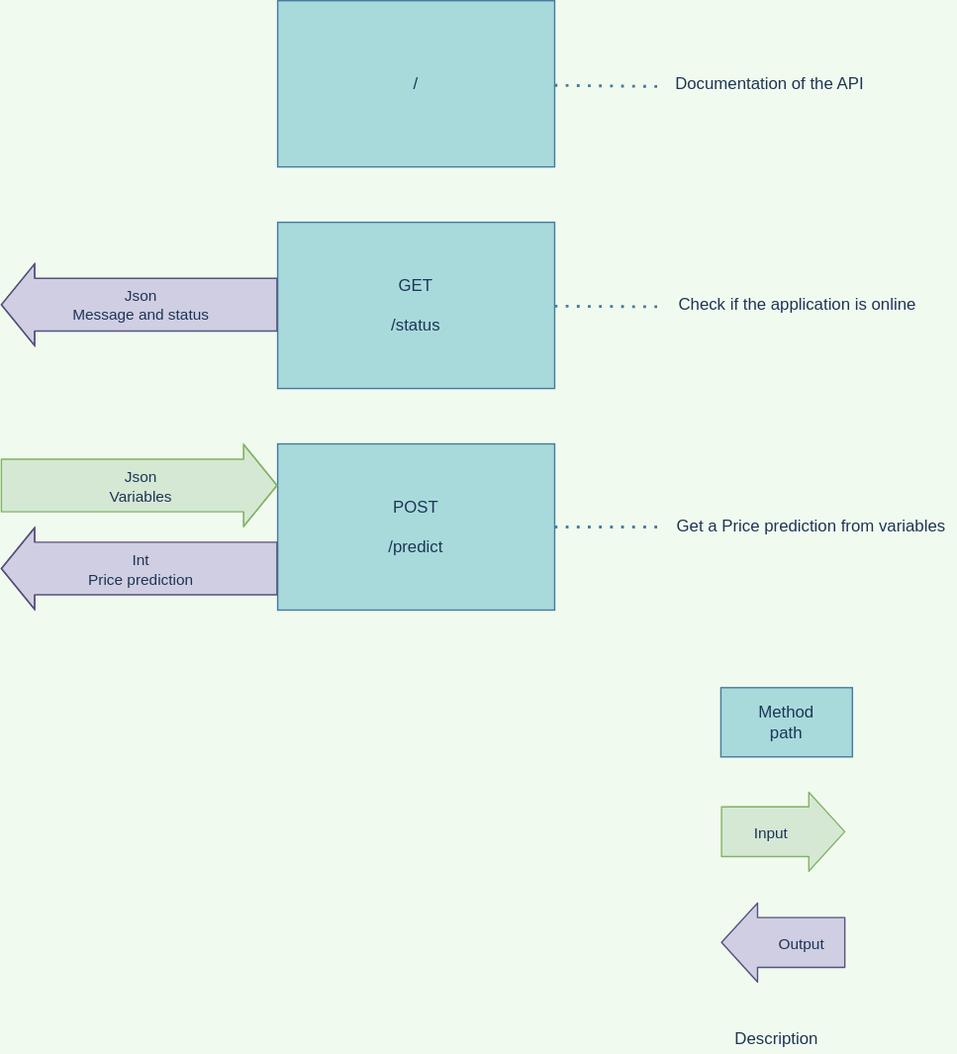
Before: Schemas/API_Diagram.svg, a diagram exported from draw.io (Demesmaeker/ImmoEliza). Source tidied: cells renumbered, new cells last; positions are measured from the earlier drawing's top-left corner, leaving out a move shared by most shapes. The source it was exported from:
```xml
<mxGraphModel background="#F1FAEE">
  <root>
    <mxCell id="0" />
    <mxCell id="1" parent="0" />
    <mxCell id="2" value="POST&lt;br&gt;&lt;br&gt;/predict" style="whiteSpace=wrap;html=1;fillColor=#A8DADC;strokeColor=#457B9D;fontColor=#1D3557;" parent="1" vertex="1">
      <mxGeometry x="200" y="320" width="200" height="120" as="geometry" />
    </mxCell>
    <mxCell id="3" value="Documentation of the API" style="text;html=1;align=center;verticalAlign=middle;fontColor=#1D3557;" parent="1" vertex="1">
      <mxGeometry x="480" y="50" width="150" height="20" as="geometry" />
    </mxCell>
    <mxCell id="4" value="Check if the application is online" style="text;html=1;align=center;verticalAlign=middle;fontColor=#1D3557;" parent="1" vertex="1">
      <mxGeometry x="480" y="210" width="190" height="20" as="geometry" />
    </mxCell>
    <mxCell id="5" style="endArrow=none;dashed=1;html=1;dashPattern=1 3;strokeWidth=2;exitX=1;exitY=0.5;exitDx=0;exitDy=0;labelBackgroundColor=#F1FAEE;strokeColor=#457B9D;fontColor=#1D3557;" parent="1" edge="1" source="2">
      <mxGeometry relative="1" as="geometry">
        <mxPoint x="480" y="380" as="targetPoint" />
      </mxGeometry>
    </mxCell>
    <mxCell id="6" style="shape=flexArrow;endArrow=classic;html=1;entryX=0;entryY=0.25;entryDx=0;entryDy=0;width=38;endSize=7.67;labelBackgroundColor=#F1FAEE;strokeColor=#82b366;fontColor=#1D3557;fillColor=#d5e8d4;" parent="1" edge="1" target="2">
      <mxGeometry relative="1" as="geometry">
        <mxPoint y="350" as="sourcePoint" />
        <Array as="points">
          <mxPoint x="100" y="350" />
        </Array>
      </mxGeometry>
    </mxCell>
    <mxCell id="7" value="Json&lt;br&gt;Variables" style="edgeLabel;html=1;align=center;verticalAlign=middle;labelBackgroundColor=none;fontColor=#1D3557;" parent="6" vertex="1">
      <mxGeometry x="-0.08" relative="1" as="geometry">
        <mxPoint x="8" as="offset" />
      </mxGeometry>
    </mxCell>
    <mxCell id="8" style="shape=flexArrow;endArrow=classic;html=1;width=38;endSize=7.67;exitX=0;exitY=0.75;exitDx=0;exitDy=0;labelBackgroundColor=#F1FAEE;strokeColor=#56517e;fontColor=#1D3557;fillColor=#d0cee2;" parent="1" edge="1" source="2">
      <mxGeometry relative="1" as="geometry">
        <mxPoint y="410" as="targetPoint" />
        <Array as="points">
          <mxPoint x="100" y="410" />
        </Array>
      </mxGeometry>
    </mxCell>
    <mxCell id="9" value="Int&lt;br&gt;Price prediction" style="edgeLabel;html=1;align=center;verticalAlign=middle;labelBackgroundColor=none;fontColor=#1D3557;" parent="8" vertex="1">
      <mxGeometry x="0.33" relative="1" as="geometry">
        <mxPoint x="33" as="offset" />
      </mxGeometry>
    </mxCell>
    <mxCell id="10" value="GET&lt;br&gt;&lt;br&gt;/status" style="whiteSpace=wrap;html=1;fillColor=#A8DADC;strokeColor=#457B9D;fontColor=#1D3557;" parent="1" vertex="1">
      <mxGeometry x="200" y="160" width="200" height="120" as="geometry" />
    </mxCell>
    <mxCell id="11" value="/" style="whiteSpace=wrap;html=1;fillColor=#A8DADC;strokeColor=#457B9D;fontColor=#1D3557;" parent="1" vertex="1">
      <mxGeometry x="200" width="200" height="120" as="geometry" />
    </mxCell>
    <mxCell id="12" style="endArrow=none;dashed=1;html=1;dashPattern=1 3;strokeWidth=2;labelBackgroundColor=#F1FAEE;strokeColor=#457B9D;fontColor=#1D3557;" parent="1" edge="1" source="10">
      <mxGeometry relative="1" as="geometry">
        <mxPoint x="480" y="221" as="targetPoint" />
      </mxGeometry>
    </mxCell>
    <mxCell id="13" style="endArrow=none;dashed=1;html=1;dashPattern=1 3;strokeWidth=2;labelBackgroundColor=#F1FAEE;strokeColor=#457B9D;fontColor=#1D3557;" parent="1" edge="1" source="11">
      <mxGeometry relative="1" as="geometry">
        <mxPoint x="480" y="62" as="targetPoint" />
      </mxGeometry>
    </mxCell>
    <mxCell id="14" value="Get a Price prediction from variables" style="text;html=1;align=center;verticalAlign=middle;fontColor=#1D3557;" parent="1" vertex="1">
      <mxGeometry x="480" y="370" width="210" height="20" as="geometry" />
    </mxCell>
    <mxCell id="15" style="shape=flexArrow;endArrow=classic;html=1;width=38;endSize=7.67;exitX=0;exitY=0.75;exitDx=0;exitDy=0;labelBackgroundColor=#F1FAEE;strokeColor=#56517e;fontColor=#1D3557;fillColor=#d0cee2;" parent="1" edge="1">
      <mxGeometry relative="1" as="geometry">
        <mxPoint x="200" y="219.5" as="sourcePoint" />
        <mxPoint y="219.5" as="targetPoint" />
        <Array as="points">
          <mxPoint x="100" y="219.5" />
        </Array>
      </mxGeometry>
    </mxCell>
    <mxCell id="16" value="Json&lt;br&gt;Message and status" style="edgeLabel;html=1;align=center;verticalAlign=middle;labelBackgroundColor=none;fontColor=#1D3557;" parent="15" vertex="1">
      <mxGeometry x="0.33" relative="1" as="geometry">
        <mxPoint x="33" as="offset" />
      </mxGeometry>
    </mxCell>
    <mxCell id="17" value="Method&lt;br&gt;path" style="whiteSpace=wrap;html=1;fillColor=#A8DADC;strokeColor=#457B9D;fontColor=#1D3557;" parent="1" vertex="1">
      <mxGeometry x="520" y="496" width="95" height="50" as="geometry" />
    </mxCell>
    <mxCell id="18" style="shape=flexArrow;endArrow=classic;html=1;width=36;endSize=8.33;labelBackgroundColor=#F1FAEE;strokeColor=#82b366;fontColor=#1D3557;fillColor=#d5e8d4;" parent="1" edge="1">
      <mxGeometry relative="1" as="geometry">
        <mxPoint x="520" y="600" as="sourcePoint" />
        <mxPoint x="610" y="600" as="targetPoint" />
      </mxGeometry>
    </mxCell>
    <mxCell id="19" value="Input" style="edgeLabel;html=1;align=center;verticalAlign=middle;labelBackgroundColor=none;fontColor=#1D3557;" parent="18" vertex="1">
      <mxGeometry x="-0.56" y="5" relative="1" as="geometry">
        <mxPoint x="15" y="5" as="offset" />
      </mxGeometry>
    </mxCell>
    <mxCell id="20" style="shape=flexArrow;endArrow=classic;html=1;width=36;endSize=8.33;labelBackgroundColor=#F1FAEE;strokeColor=#56517e;fontColor=#1D3557;fillColor=#d0cee2;" parent="1" edge="1">
      <mxGeometry relative="1" as="geometry">
        <mxPoint x="610" y="680" as="sourcePoint" />
        <mxPoint x="520" y="680" as="targetPoint" />
      </mxGeometry>
    </mxCell>
    <mxCell id="21" value="Output" style="edgeLabel;html=1;align=center;verticalAlign=middle;labelBackgroundColor=none;fontColor=#1D3557;" parent="20" vertex="1">
      <mxGeometry x="-0.42" y="4" relative="1" as="geometry">
        <mxPoint x="-7" y="-4" as="offset" />
      </mxGeometry>
    </mxCell>
    <mxCell id="22" value="Description" style="text;html=1;align=center;verticalAlign=middle;fontColor=#1D3557;" parent="1" vertex="1">
      <mxGeometry x="520" y="740" width="80" height="20" as="geometry" />
    </mxCell>
  </root>
</mxGraphModel>
```
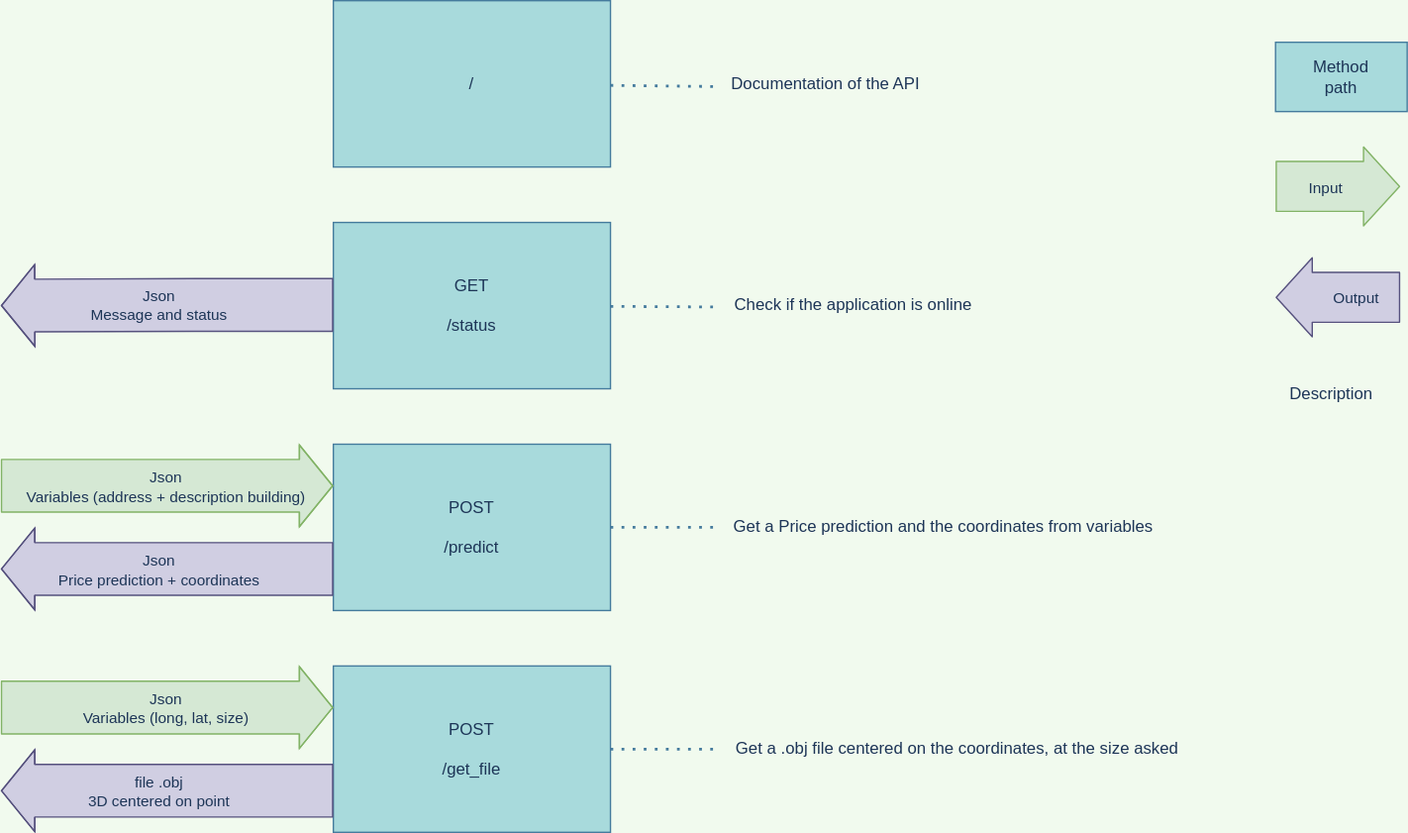
The same diagram one commit later.

What changed in the source:
```diff
@@ -18,26 +18,26 @@
     </mxCell>
     <mxCell id="6" style="shape=flexArrow;endArrow=classic;html=1;entryX=0;entryY=0.25;entryDx=0;entryDy=0;width=38;endSize=7.67;labelBackgroundColor=#F1FAEE;strokeColor=#82b366;fontColor=#1D3557;fillColor=#d5e8d4;" parent="1" edge="1" target="2">
       <mxGeometry relative="1" as="geometry">
-        <mxPoint y="350" as="sourcePoint" />
+        <mxPoint x="-40" y="350" as="sourcePoint" />
         <Array as="points">
           <mxPoint x="100" y="350" />
         </Array>
       </mxGeometry>
     </mxCell>
-    <mxCell id="7" value="Json&lt;br&gt;Variables" style="edgeLabel;html=1;align=center;verticalAlign=middle;labelBackgroundColor=none;fontColor=#1D3557;" parent="6" vertex="1">
+    <mxCell id="7" value="Json&lt;br&gt;Variables (address + description building)" style="edgeLabel;html=1;align=center;verticalAlign=middle;labelBackgroundColor=none;fontColor=#1D3557;" parent="6" vertex="1">
       <mxGeometry x="-0.08" relative="1" as="geometry">
         <mxPoint x="8" as="offset" />
       </mxGeometry>
     </mxCell>
     <mxCell id="8" style="shape=flexArrow;endArrow=classic;html=1;width=38;endSize=7.67;exitX=0;exitY=0.75;exitDx=0;exitDy=0;labelBackgroundColor=#F1FAEE;strokeColor=#56517e;fontColor=#1D3557;fillColor=#d0cee2;" parent="1" edge="1" source="2">
       <mxGeometry relative="1" as="geometry">
-        <mxPoint y="410" as="targetPoint" />
+        <mxPoint x="-40" y="410" as="targetPoint" />
         <Array as="points">
           <mxPoint x="100" y="410" />
         </Array>
       </mxGeometry>
     </mxCell>
-    <mxCell id="9" value="Int&lt;br&gt;Price prediction" style="edgeLabel;html=1;align=center;verticalAlign=middle;labelBackgroundColor=none;fontColor=#1D3557;" parent="8" vertex="1">
+    <mxCell id="9" value="Json&lt;br&gt;Price prediction + coordinates" style="edgeLabel;html=1;align=center;verticalAlign=middle;labelBackgroundColor=none;fontColor=#1D3557;" parent="8" vertex="1">
       <mxGeometry x="0.33" relative="1" as="geometry">
         <mxPoint x="33" as="offset" />
       </mxGeometry>
@@ -58,13 +58,13 @@
         <mxPoint x="480" y="62" as="targetPoint" />
       </mxGeometry>
     </mxCell>
-    <mxCell id="14" value="Get a Price prediction from variables" style="text;html=1;align=center;verticalAlign=middle;fontColor=#1D3557;" parent="1" vertex="1">
-      <mxGeometry x="480" y="370" width="210" height="20" as="geometry" />
+    <mxCell id="14" value="Get a Price prediction and the coordinates from variables" style="text;html=1;align=center;verticalAlign=middle;fontColor=#1D3557;" parent="1" vertex="1">
+      <mxGeometry x="480" y="370" width="320" height="20" as="geometry" />
     </mxCell>
     <mxCell id="15" style="shape=flexArrow;endArrow=classic;html=1;width=38;endSize=7.67;exitX=0;exitY=0.75;exitDx=0;exitDy=0;labelBackgroundColor=#F1FAEE;strokeColor=#56517e;fontColor=#1D3557;fillColor=#d0cee2;" parent="1" edge="1">
       <mxGeometry relative="1" as="geometry">
         <mxPoint x="200" y="219.5" as="sourcePoint" />
-        <mxPoint y="219.5" as="targetPoint" />
+        <mxPoint x="-40" y="220" as="targetPoint" />
         <Array as="points">
           <mxPoint x="100" y="219.5" />
         </Array>
@@ -76,12 +76,12 @@
       </mxGeometry>
     </mxCell>
     <mxCell id="17" value="Method&lt;br&gt;path" style="whiteSpace=wrap;html=1;fillColor=#A8DADC;strokeColor=#457B9D;fontColor=#1D3557;" parent="1" vertex="1">
-      <mxGeometry x="520" y="496" width="95" height="50" as="geometry" />
+      <mxGeometry x="880" y="30" width="95" height="50" as="geometry" />
     </mxCell>
     <mxCell id="18" style="shape=flexArrow;endArrow=classic;html=1;width=36;endSize=8.33;labelBackgroundColor=#F1FAEE;strokeColor=#82b366;fontColor=#1D3557;fillColor=#d5e8d4;" parent="1" edge="1">
       <mxGeometry relative="1" as="geometry">
-        <mxPoint x="520" y="600" as="sourcePoint" />
-        <mxPoint x="610" y="600" as="targetPoint" />
+        <mxPoint x="880" y="134" as="sourcePoint" />
+        <mxPoint x="970" y="134" as="targetPoint" />
       </mxGeometry>
     </mxCell>
     <mxCell id="19" value="Input" style="edgeLabel;html=1;align=center;verticalAlign=middle;labelBackgroundColor=none;fontColor=#1D3557;" parent="18" vertex="1">
@@ -91,8 +91,8 @@
     </mxCell>
     <mxCell id="20" style="shape=flexArrow;endArrow=classic;html=1;width=36;endSize=8.33;labelBackgroundColor=#F1FAEE;strokeColor=#56517e;fontColor=#1D3557;fillColor=#d0cee2;" parent="1" edge="1">
       <mxGeometry relative="1" as="geometry">
-        <mxPoint x="610" y="680" as="sourcePoint" />
-        <mxPoint x="520" y="680" as="targetPoint" />
+        <mxPoint x="970" y="214" as="sourcePoint" />
+        <mxPoint x="880" y="214" as="targetPoint" />
       </mxGeometry>
     </mxCell>
     <mxCell id="21" value="Output" style="edgeLabel;html=1;align=center;verticalAlign=middle;labelBackgroundColor=none;fontColor=#1D3557;" parent="20" vertex="1">
@@ -101,7 +101,44 @@
       </mxGeometry>
     </mxCell>
     <mxCell id="22" value="Description" style="text;html=1;align=center;verticalAlign=middle;fontColor=#1D3557;" parent="1" vertex="1">
-      <mxGeometry x="520" y="740" width="80" height="20" as="geometry" />
+      <mxGeometry x="880" y="274" width="80" height="20" as="geometry" />
     </mxCell>
+    <mxCell id="23" value="POST&lt;br&gt;&lt;br&gt;/get_file" style="whiteSpace=wrap;html=1;fillColor=#A8DADC;strokeColor=#457B9D;fontColor=#1D3557;" parent="1" vertex="1">
+      <mxGeometry x="200" y="480" width="200" height="120" as="geometry" />
+    </mxCell>
+    <mxCell id="24" style="endArrow=none;dashed=1;html=1;dashPattern=1 3;strokeWidth=2;exitX=1;exitY=0.5;exitDx=0;exitDy=0;labelBackgroundColor=#F1FAEE;strokeColor=#457B9D;fontColor=#1D3557;" parent="1" edge="1" source="23">
+      <mxGeometry relative="1" as="geometry">
+        <mxPoint x="480" y="540" as="targetPoint" />
+      </mxGeometry>
+    </mxCell>
+    <mxCell id="25" style="shape=flexArrow;endArrow=classic;html=1;entryX=0;entryY=0.25;entryDx=0;entryDy=0;width=38;endSize=7.67;labelBackgroundColor=#F1FAEE;strokeColor=#82b366;fontColor=#1D3557;fillColor=#d5e8d4;" parent="1" edge="1" target="23">
+      <mxGeometry relative="1" as="geometry">
+        <mxPoint x="-40" y="510" as="sourcePoint" />
+        <Array as="points">
+          <mxPoint x="100" y="510" />
+        </Array>
+      </mxGeometry>
+    </mxCell>
+    <mxCell id="26" value="Json&lt;br&gt;Variables (long, lat, size)" style="edgeLabel;html=1;align=center;verticalAlign=middle;labelBackgroundColor=none;fontColor=#1D3557;" parent="25" vertex="1">
+      <mxGeometry x="-0.08" relative="1" as="geometry">
+        <mxPoint x="8" as="offset" />
+      </mxGeometry>
+    </mxCell>
+    <mxCell id="27" style="shape=flexArrow;endArrow=classic;html=1;width=38;endSize=7.67;exitX=0;exitY=0.75;exitDx=0;exitDy=0;labelBackgroundColor=#F1FAEE;strokeColor=#56517e;fontColor=#1D3557;fillColor=#d0cee2;" parent="1" edge="1" source="23">
+      <mxGeometry relative="1" as="geometry">
+        <mxPoint x="-40" y="570" as="targetPoint" />
+        <Array as="points">
+          <mxPoint x="100" y="570" />
+        </Array>
+      </mxGeometry>
+    </mxCell>
+    <mxCell id="28" value="file .obj&lt;br&gt;3D centered on point" style="edgeLabel;html=1;align=center;verticalAlign=middle;labelBackgroundColor=none;fontColor=#1D3557;" parent="27" vertex="1">
+      <mxGeometry x="0.33" relative="1" as="geometry">
+        <mxPoint x="33" as="offset" />
+      </mxGeometry>
+    </mxCell>
+    <mxCell id="29" value="Get a .obj file centered on the coordinates, at the size asked" style="text;html=1;align=center;verticalAlign=middle;fontColor=#1D3557;" parent="1" vertex="1">
+      <mxGeometry x="480" y="530" width="340" height="20" as="geometry" />
+    </mxCell>
   </root>
 </mxGraphModel>
```
